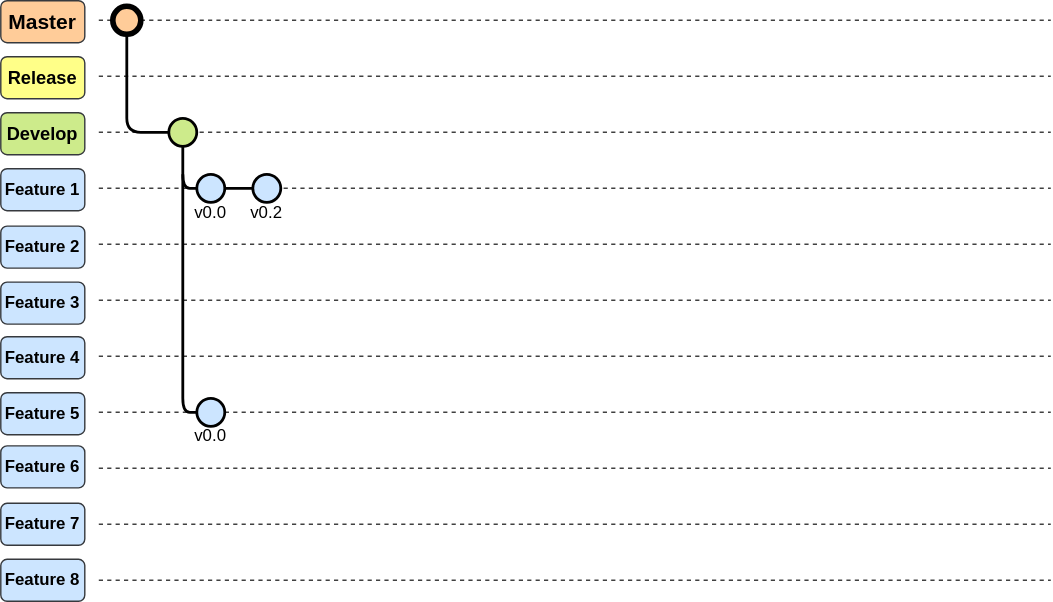
This is 03_ImagenesRepo/Image_readme.svg from LEOSZ8/Tesis_Msc_LSZ, a draw.io export, as it was before one commit. Source tidied: cells renumbered, new cells last; positions are measured from the earlier drawing's top-left corner, leaving out a move shared by most shapes. The source it was exported from:
```xml
<mxGraphModel>
  <root>
    <mxCell id="0" />
    <mxCell id="1" parent="0" />
    <mxCell id="2" style="endArrow=none;html=1;rounded=0;dashed=1;opacity=75;" parent="1" edge="1">
      <mxGeometry relative="1" as="geometry">
        <mxPoint x="70" y="14" as="sourcePoint" />
        <mxPoint x="750" y="14" as="targetPoint" />
      </mxGeometry>
    </mxCell>
    <mxCell id="3" style="endArrow=none;html=1;rounded=0;dashed=1;opacity=75;" parent="1" edge="1">
      <mxGeometry relative="1" as="geometry">
        <mxPoint x="70" y="54" as="sourcePoint" />
        <mxPoint x="750" y="54" as="targetPoint" />
      </mxGeometry>
    </mxCell>
    <mxCell id="4" style="endArrow=none;html=1;rounded=0;dashed=1;opacity=75;" parent="1" edge="1">
      <mxGeometry relative="1" as="geometry">
        <mxPoint x="70" y="94" as="sourcePoint" />
        <mxPoint x="750" y="94" as="targetPoint" />
      </mxGeometry>
    </mxCell>
    <mxCell id="5" style="endArrow=none;html=1;rounded=0;dashed=1;opacity=75;" parent="1" edge="1">
      <mxGeometry relative="1" as="geometry">
        <mxPoint x="70" y="134" as="sourcePoint" />
        <mxPoint x="750" y="134" as="targetPoint" />
      </mxGeometry>
    </mxCell>
    <mxCell id="6" style="endArrow=none;html=1;rounded=0;dashed=1;opacity=75;" parent="1" edge="1">
      <mxGeometry relative="1" as="geometry">
        <mxPoint x="70" y="174" as="sourcePoint" />
        <mxPoint x="750" y="174" as="targetPoint" />
      </mxGeometry>
    </mxCell>
    <mxCell id="7" style="endArrow=none;html=1;rounded=0;dashed=1;opacity=75;" parent="1" edge="1">
      <mxGeometry relative="1" as="geometry">
        <mxPoint x="70" y="214" as="sourcePoint" />
        <mxPoint x="750" y="214" as="targetPoint" />
      </mxGeometry>
    </mxCell>
    <mxCell id="8" style="endArrow=none;html=1;rounded=0;dashed=1;opacity=75;" parent="1" edge="1">
      <mxGeometry relative="1" as="geometry">
        <mxPoint x="70" y="254" as="sourcePoint" />
        <mxPoint x="750" y="254" as="targetPoint" />
      </mxGeometry>
    </mxCell>
    <mxCell id="9" style="endArrow=none;html=1;rounded=0;dashed=1;opacity=75;" parent="1" edge="1">
      <mxGeometry relative="1" as="geometry">
        <mxPoint x="70" y="294" as="sourcePoint" />
        <mxPoint x="750" y="294" as="targetPoint" />
      </mxGeometry>
    </mxCell>
    <mxCell id="10" value="&lt;b&gt;&lt;font style=&quot;font-size: 15px;&quot;&gt;Master&lt;/font&gt;&lt;/b&gt;" style="rounded=1;whiteSpace=wrap;html=1;fillColor=#ffcc99;strokeColor=#36393d;" parent="1" vertex="1">
      <mxGeometry width="60" height="30" as="geometry" />
    </mxCell>
    <mxCell id="11" value="&lt;b style=&quot;&quot;&gt;&lt;font style=&quot;font-size: 13px;&quot;&gt;Release&lt;/font&gt;&lt;/b&gt;" style="rounded=1;whiteSpace=wrap;html=1;fillColor=#ffff88;strokeColor=#36393d;" parent="1" vertex="1">
      <mxGeometry y="40" width="60" height="30" as="geometry" />
    </mxCell>
    <mxCell id="12" value="&lt;b&gt;&lt;font style=&quot;font-size: 13px;&quot;&gt;Develop&lt;/font&gt;&lt;/b&gt;" style="rounded=1;whiteSpace=wrap;html=1;fillColor=#cdeb8b;strokeColor=#36393d;" parent="1" vertex="1">
      <mxGeometry y="80" width="60" height="30" as="geometry" />
    </mxCell>
    <mxCell id="13" value="&lt;b&gt;&lt;font&gt;Feature 1&lt;/font&gt;&lt;/b&gt;" style="rounded=1;whiteSpace=wrap;html=1;fillColor=#cce5ff;strokeColor=#36393d;" parent="1" vertex="1">
      <mxGeometry y="120" width="60" height="30" as="geometry" />
    </mxCell>
    <mxCell id="14" value="&lt;b&gt;&lt;font&gt;Feature 2&lt;/font&gt;&lt;/b&gt;" style="rounded=1;whiteSpace=wrap;html=1;fillColor=#cce5ff;strokeColor=#36393d;" parent="1" vertex="1">
      <mxGeometry y="161" width="60" height="30" as="geometry" />
    </mxCell>
    <mxCell id="15" value="&lt;b&gt;&lt;font&gt;Feature 3&lt;/font&gt;&lt;/b&gt;" style="rounded=1;whiteSpace=wrap;html=1;fillColor=#cce5ff;strokeColor=#36393d;" parent="1" vertex="1">
      <mxGeometry y="201" width="60" height="30" as="geometry" />
    </mxCell>
    <mxCell id="16" value="&lt;b&gt;&lt;font&gt;Feature 4&lt;/font&gt;&lt;/b&gt;" style="rounded=1;whiteSpace=wrap;html=1;fillColor=#cce5ff;strokeColor=#36393d;" parent="1" vertex="1">
      <mxGeometry y="240" width="60" height="30" as="geometry" />
    </mxCell>
    <mxCell id="17" value="&lt;b&gt;&lt;font&gt;Feature 5&lt;/font&gt;&lt;/b&gt;" style="rounded=1;whiteSpace=wrap;html=1;fillColor=#cce5ff;strokeColor=#36393d;" parent="1" vertex="1">
      <mxGeometry y="280" width="60" height="30" as="geometry" />
    </mxCell>
    <mxCell id="18" style="endArrow=none;html=1;rounded=0;dashed=1;opacity=75;" parent="1" edge="1">
      <mxGeometry relative="1" as="geometry">
        <mxPoint x="70" y="334" as="sourcePoint" />
        <mxPoint x="750" y="334" as="targetPoint" />
      </mxGeometry>
    </mxCell>
    <mxCell id="19" value="&lt;b&gt;&lt;font&gt;Feature 6&lt;/font&gt;&lt;/b&gt;" style="rounded=1;whiteSpace=wrap;html=1;fillColor=#cce5ff;strokeColor=#36393d;" parent="1" vertex="1">
      <mxGeometry y="318" width="60" height="30" as="geometry" />
    </mxCell>
    <mxCell id="20" style="endArrow=none;html=1;rounded=0;dashed=1;opacity=75;" parent="1" edge="1">
      <mxGeometry relative="1" as="geometry">
        <mxPoint x="70" y="374" as="sourcePoint" />
        <mxPoint x="750" y="374" as="targetPoint" />
      </mxGeometry>
    </mxCell>
    <mxCell id="21" value="&lt;b&gt;&lt;font&gt;Feature 7&lt;/font&gt;&lt;/b&gt;" style="rounded=1;whiteSpace=wrap;html=1;fillColor=#cce5ff;strokeColor=#36393d;" parent="1" vertex="1">
      <mxGeometry y="359" width="60" height="30" as="geometry" />
    </mxCell>
    <mxCell id="22" style="endArrow=none;html=1;rounded=0;dashed=1;opacity=75;" parent="1" edge="1">
      <mxGeometry relative="1" as="geometry">
        <mxPoint x="70" y="414" as="sourcePoint" />
        <mxPoint x="750" y="414" as="targetPoint" />
      </mxGeometry>
    </mxCell>
    <mxCell id="23" value="&lt;b&gt;&lt;font&gt;Feature 8&lt;/font&gt;&lt;/b&gt;" style="rounded=1;whiteSpace=wrap;html=1;fillColor=#cce5ff;strokeColor=#36393d;" parent="1" vertex="1">
      <mxGeometry y="399" width="60" height="30" as="geometry" />
    </mxCell>
    <mxCell id="24" style="edgeStyle=orthogonalEdgeStyle;rounded=1;jettySize=auto;html=1;strokeWidth=2;endArrow=none;endFill=1;startFill=0;curved=0;" parent="1" edge="1" source="25" target="27">
      <mxGeometry relative="1" as="geometry">
        <Array as="points">
          <mxPoint x="90" y="94" />
        </Array>
      </mxGeometry>
    </mxCell>
    <mxCell id="25" style="ellipse;whiteSpace=wrap;html=1;fillColor=#ffcc99;strokeColor=#000000;strokeWidth=4;" parent="1" vertex="1">
      <mxGeometry x="80" y="4" width="20" height="20" as="geometry" />
    </mxCell>
    <mxCell id="26" style="edgeStyle=orthogonalEdgeStyle;rounded=1;jettySize=auto;html=1;strokeWidth=2;curved=0;endArrow=none;startFill=0;" parent="1" edge="1" source="27" target="29">
      <mxGeometry relative="1" as="geometry">
        <Array as="points">
          <mxPoint x="130" y="134" />
        </Array>
      </mxGeometry>
    </mxCell>
    <mxCell id="27" style="ellipse;whiteSpace=wrap;html=1;fillColor=#cdeb8b;strokeColor=#000000;strokeWidth=2;" parent="1" vertex="1">
      <mxGeometry x="120" y="84" width="20" height="20" as="geometry" />
    </mxCell>
    <mxCell id="28" style="edgeStyle=orthogonalEdgeStyle;rounded=0;jettySize=auto;html=1;endArrow=none;startFill=0;strokeWidth=2;" parent="1" edge="1" source="29" target="32">
      <mxGeometry relative="1" as="geometry" />
    </mxCell>
    <mxCell id="29" style="ellipse;whiteSpace=wrap;html=1;fillColor=#cce5ff;strokeColor=#000000;strokeWidth=2;direction=north;" parent="1" vertex="1">
      <mxGeometry x="140" y="124" width="20" height="20" as="geometry" />
    </mxCell>
    <mxCell id="30" style="ellipse;whiteSpace=wrap;html=1;fillColor=#cce5ff;strokeColor=#000000;strokeWidth=2;direction=north;" parent="1" vertex="1">
      <mxGeometry x="140" y="284" width="20" height="20" as="geometry" />
    </mxCell>
    <mxCell id="31" style="edgeStyle=orthogonalEdgeStyle;rounded=1;orthogonalLoop=1;jettySize=auto;html=1;strokeWidth=2;curved=0;endArrow=none;startFill=0;" parent="1" edge="1">
      <mxGeometry relative="1" as="geometry">
        <mxPoint x="130" y="124" as="sourcePoint" />
        <mxPoint x="140" y="294" as="targetPoint" />
        <Array as="points">
          <mxPoint x="130" y="294" />
        </Array>
      </mxGeometry>
    </mxCell>
    <mxCell id="32" style="ellipse;whiteSpace=wrap;html=1;fillColor=#cce5ff;strokeColor=#000000;strokeWidth=2;direction=north;" parent="1" vertex="1">
      <mxGeometry x="180" y="124" width="20" height="20" as="geometry" />
    </mxCell>
    <mxCell id="33" value="v0.0" style="text;html=1;align=center;verticalAlign=middle;whiteSpace=wrap;rounded=0;" parent="1" vertex="1">
      <mxGeometry x="135" y="147" width="30" height="10" as="geometry" />
    </mxCell>
    <mxCell id="34" value="v0.2" style="text;html=1;align=center;verticalAlign=middle;whiteSpace=wrap;rounded=0;" parent="1" vertex="1">
      <mxGeometry x="175" y="147" width="30" height="10" as="geometry" />
    </mxCell>
    <mxCell id="35" value="v0.0" style="text;html=1;align=center;verticalAlign=middle;whiteSpace=wrap;rounded=0;" parent="1" vertex="1">
      <mxGeometry x="135" y="306" width="30" height="10" as="geometry" />
    </mxCell>
  </root>
</mxGraphModel>
```
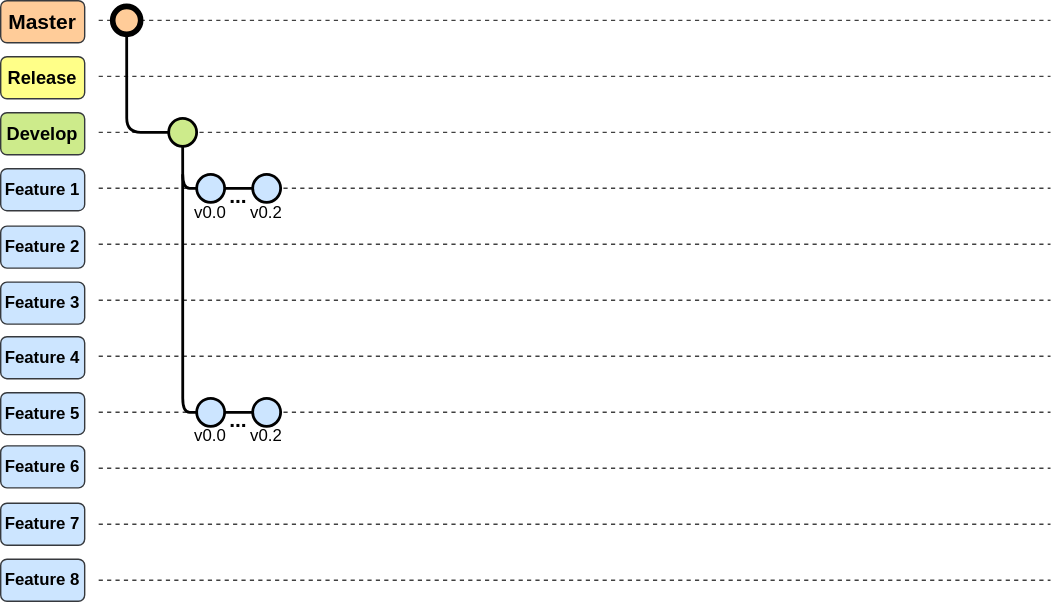
Above is the later version.

Change to the diagram source:
```diff
@@ -127,6 +127,9 @@
     <mxCell id="29" style="ellipse;whiteSpace=wrap;html=1;fillColor=#cce5ff;strokeColor=#000000;strokeWidth=2;direction=north;" parent="1" vertex="1">
       <mxGeometry x="140" y="124" width="20" height="20" as="geometry" />
     </mxCell>
+    <mxCell id="36" style="edgeStyle=orthogonalEdgeStyle;rounded=0;jettySize=auto;html=1;endArrow=none;startFill=0;strokeWidth=2;" parent="1" edge="1" source="30" target="37">
+      <mxGeometry relative="1" as="geometry" />
+    </mxCell>
     <mxCell id="30" style="ellipse;whiteSpace=wrap;html=1;fillColor=#cce5ff;strokeColor=#000000;strokeWidth=2;direction=north;" parent="1" vertex="1">
       <mxGeometry x="140" y="284" width="20" height="20" as="geometry" />
     </mxCell>
@@ -151,5 +154,17 @@
     <mxCell id="35" value="v0.0" style="text;html=1;align=center;verticalAlign=middle;whiteSpace=wrap;rounded=0;" parent="1" vertex="1">
       <mxGeometry x="135" y="306" width="30" height="10" as="geometry" />
     </mxCell>
+    <mxCell id="37" style="ellipse;whiteSpace=wrap;html=1;fillColor=#cce5ff;strokeColor=#000000;strokeWidth=2;direction=north;" parent="1" vertex="1">
+      <mxGeometry x="180" y="284" width="20" height="20" as="geometry" />
+    </mxCell>
+    <mxCell id="38" value="v0.2" style="text;html=1;align=center;verticalAlign=middle;whiteSpace=wrap;rounded=0;" parent="1" vertex="1">
+      <mxGeometry x="175" y="306" width="30" height="10" as="geometry" />
+    </mxCell>
+    <mxCell id="39" value="&lt;b&gt;&lt;font style=&quot;font-size: 15px;&quot;&gt;...&lt;/font&gt;&lt;/b&gt;" style="text;html=1;align=center;verticalAlign=middle;whiteSpace=wrap;rounded=0;" parent="1" vertex="1">
+      <mxGeometry x="160" y="134" width="20" height="10" as="geometry" />
+    </mxCell>
+    <mxCell id="40" value="&lt;b&gt;&lt;font style=&quot;font-size: 15px;&quot;&gt;...&lt;/font&gt;&lt;/b&gt;" style="text;html=1;align=center;verticalAlign=middle;whiteSpace=wrap;rounded=0;" parent="1" vertex="1">
+      <mxGeometry x="160" y="294" width="20" height="10" as="geometry" />
+    </mxCell>
   </root>
 </mxGraphModel>
```
